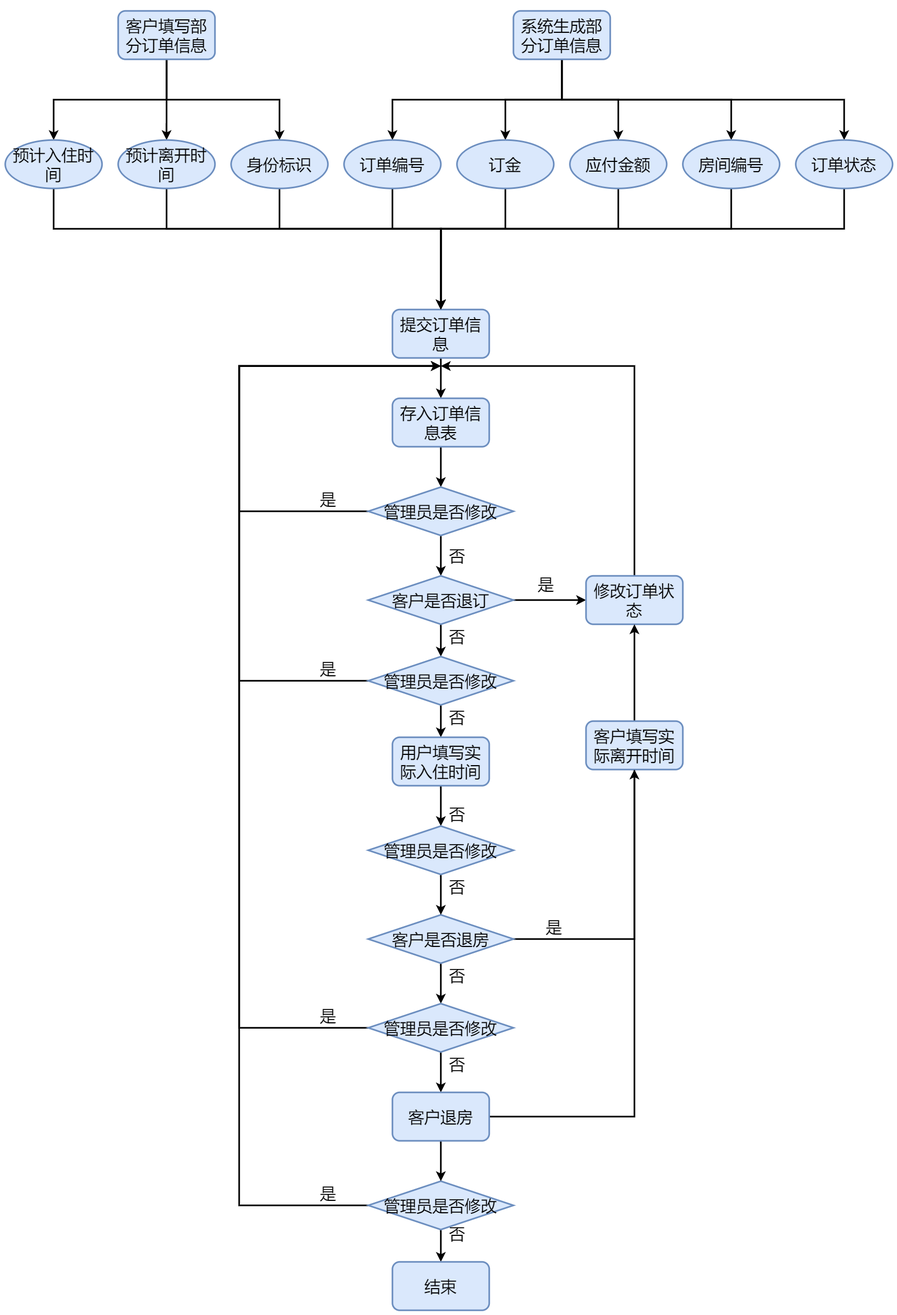
AndSonder/smart-hotel-database keeps this draw.io diagram as docs/src/订单信息.png. Above is the earlier version. Source tidied: cells renumbered, new cells last; positions are measured from the earlier drawing's top-left corner, leaving out a move shared by most shapes.
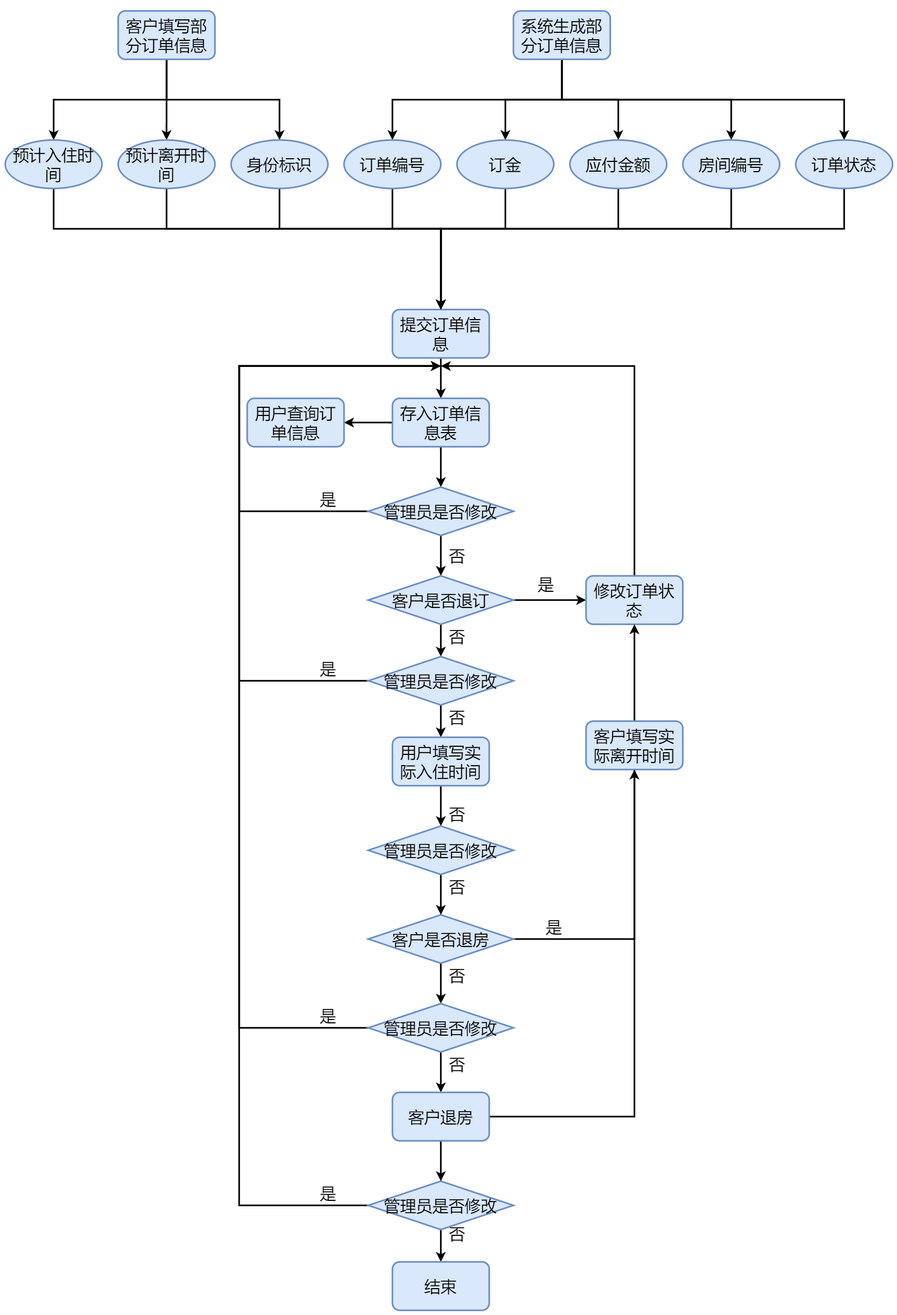
Above is the later version.

Diff of the diagram source:
```diff
@@ -171,6 +171,9 @@
     <mxCell id="38" value="客户是否退订" style="rhombus;whiteSpace=wrap;html=1;fillColor=#dae8fc;strokeColor=#6c8ebf;strokeWidth=2;fontSize=20;" parent="1" vertex="1">
       <mxGeometry x="450" y="700" width="180" height="60" as="geometry" />
     </mxCell>
+    <mxCell id="75" style="edgeStyle=elbowEdgeStyle;rounded=0;jettySize=auto;html=1;exitX=0;exitY=0.5;exitDx=0;exitDy=0;entryX=1;entryY=0.5;entryDx=0;entryDy=0;fontSize=20;strokeWidth=2;" parent="1" edge="1" source="39" target="76">
+      <mxGeometry relative="1" as="geometry" />
+    </mxCell>
     <mxCell id="39" value="存入订单信息表" style="rounded=1;whiteSpace=wrap;html=1;fillColor=#dae8fc;strokeColor=#6c8ebf;strokeWidth=2;fontSize=20;" parent="1" vertex="1">
       <mxGeometry x="480" y="480" width="120" height="60" as="geometry" />
     </mxCell>
@@ -307,5 +310,8 @@
     <mxCell id="74" value="客户退房" style="rounded=1;whiteSpace=wrap;html=1;fillColor=#dae8fc;strokeColor=#6c8ebf;strokeWidth=2;fontSize=20;" parent="1" vertex="1">
       <mxGeometry x="480" y="1340" width="120" height="60" as="geometry" />
     </mxCell>
+    <mxCell id="76" value="用户查询订单信息" style="rounded=1;whiteSpace=wrap;html=1;fillColor=#dae8fc;strokeColor=#6c8ebf;strokeWidth=2;fontSize=20;" parent="1" vertex="1">
+      <mxGeometry x="300" y="480" width="120" height="60" as="geometry" />
+    </mxCell>
   </root>
 </mxGraphModel>
```
